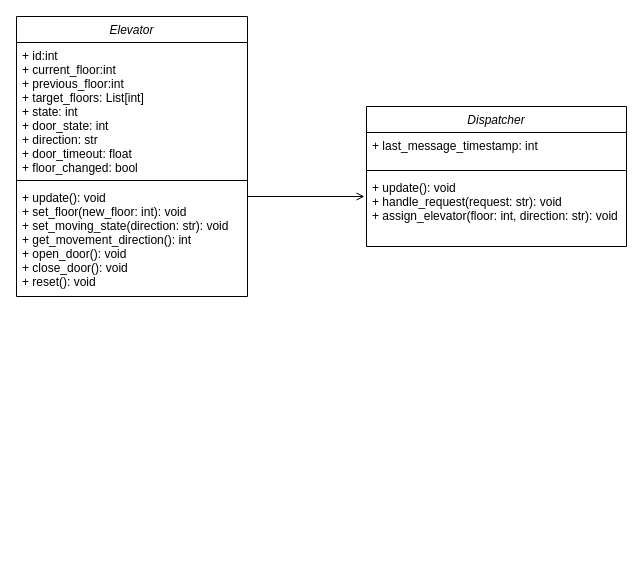
The draw.io diagram doc/requirement/imgs/class_plot/class.drawio in zivmax/cs132-elevator, before the edit. Source tidied: cells renumbered, new cells numbered last; positions are measured from the earlier drawing's top-left corner, leaving out a move shared by most shapes. Both pictures are drawn from the tidied source at 100%, with x=0, y=0 at pixel (16, 16).
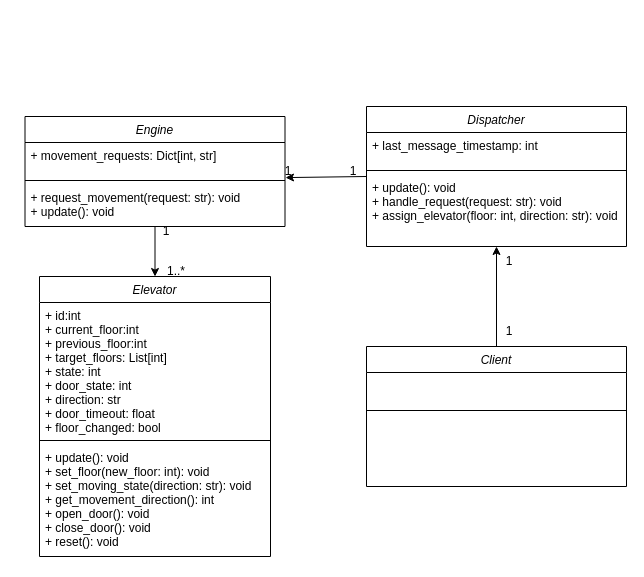
Above is the later version.

Commit message (it also covers changes not shown here):
docs: update requirements for UML diagrams

Unchanged cells that the change refers to:
```xml
<mxCell id="7" value="Dispatcher" style="swimlane;fontStyle=2;align=center;verticalAlign=top;horizontal=1;startSize=26;rounded=0;shadow=0;strokeWidth=1;" parent="1" vertex="1">
  <mxGeometry x="350" y="90" width="260" height="140" as="geometry" />
</mxCell>
```

What changed in the source:
```diff
@@
     <mxCell id="2" value="Elevator" style="swimlane;fontStyle=2;align=center;verticalAlign=top;horizontal=1;startSize=26;rounded=0;shadow=0;strokeWidth=1;" parent="1" vertex="1">
-      <mxGeometry width="231" height="280" as="geometry" />
+      <mxGeometry x="23" y="260" width="231" height="280" as="geometry" />
     </mxCell>
@@
-    <mxCell id="6" style="endArrow=open;shadow=0;strokeWidth=1;rounded=0;curved=0;endFill=1;edgeStyle=elbowEdgeStyle;elbow=vertical;" parent="1" edge="1" source="2">
-      <mxGeometry x="0.5" y="41" relative="1" as="geometry">
-        <mxPoint x="348" y="180" as="targetPoint" />
-        <mxPoint x="-40" y="32" as="offset" />
-      </mxGeometry>
-    </mxCell>
@@
+    <mxCell id="11" style="endArrow=classic;html=1;rounded=0;entryX=1.002;entryY=0.137;entryDx=0;entryDy=0;entryPerimeter=0;" parent="7" edge="1" target="15">
+      <mxGeometry relative="1" as="geometry">
+        <mxPoint y="70" as="sourcePoint" />
+      </mxGeometry>
+    </mxCell>
@@
+    <mxCell id="12" style="edgeStyle=orthogonalEdgeStyle;rounded=0;jettySize=auto;html=1;entryX=0.5;entryY=0;entryDx=0;entryDy=0;" parent="1" edge="1" source="13" target="2">
+      <mxGeometry relative="1" as="geometry" />
+    </mxCell>
+    <mxCell id="13" value="Engine" style="swimlane;fontStyle=2;align=center;verticalAlign=top;horizontal=1;startSize=26;rounded=0;shadow=0;strokeWidth=1;" parent="1" vertex="1">
+      <mxGeometry x="8.5" y="100" width="260" height="110" as="geometry" />
+    </mxCell>
+    <mxCell id="14" value="+ movement_requests: Dict[int, str]&#10;&#10;" style="text;align=left;verticalAlign=top;spacingLeft=4;spacingRight=4;overflow=hidden;" parent="13" vertex="1">
+      <mxGeometry y="26" width="260" height="34" as="geometry" />
+    </mxCell>
+    <mxCell id="15" style="line;html=1;strokeWidth=1;align=left;verticalAlign=middle;spacingTop=-1;spacingLeft=3;spacingRight=3;labelPosition=right;points=[];portConstraint=eastwest;" parent="13" vertex="1">
+      <mxGeometry y="60" width="260" height="8" as="geometry" />
+    </mxCell>
+    <mxCell id="16" value="+ request_movement(request: str): void&#10;+ update(): void&#10;" style="text;align=left;verticalAlign=top;spacingLeft=4;spacingRight=4;overflow=hidden;" parent="13" vertex="1">
+      <mxGeometry y="68" width="260" height="42" as="geometry" />
+    </mxCell>
+    <mxCell id="17" style="edgeStyle=orthogonalEdgeStyle;rounded=0;jettySize=auto;html=1;entryX=0.5;entryY=1;entryDx=0;entryDy=0;" parent="1" edge="1" source="18" target="7">
+      <mxGeometry relative="1" as="geometry" />
+    </mxCell>
+    <mxCell id="18" value="Client" style="swimlane;fontStyle=2;align=center;verticalAlign=top;horizontal=1;startSize=26;rounded=0;shadow=0;strokeWidth=1;" parent="1" vertex="1">
+      <mxGeometry x="350" y="330" width="260" height="140" as="geometry" />
+    </mxCell>
+    <mxCell id="19" value="&#10;" style="text;align=left;verticalAlign=top;spacingLeft=4;spacingRight=4;overflow=hidden;" parent="18" vertex="1">
+      <mxGeometry y="26" width="260" height="34" as="geometry" />
+    </mxCell>
+    <mxCell id="20" style="line;html=1;strokeWidth=1;align=left;verticalAlign=middle;spacingTop=-1;spacingLeft=3;spacingRight=3;labelPosition=right;" parent="18" vertex="1">
+      <mxGeometry y="60" width="260" height="8" as="geometry" />
+    </mxCell>
+    <mxCell id="21" value="1" style="text;html=1;align=center;verticalAlign=middle;whiteSpace=wrap;rounded=0;" parent="1" vertex="1">
+      <mxGeometry x="254" y="140" width="36" height="30" as="geometry" />
+    </mxCell>
+    <mxCell id="22" value="1" style="text;html=1;align=center;verticalAlign=middle;whiteSpace=wrap;rounded=0;" parent="1" vertex="1">
+      <mxGeometry x="120" y="200" width="60" height="30" as="geometry" />
+    </mxCell>
+    <mxCell id="23" value="1..*" style="text;html=1;align=center;verticalAlign=middle;whiteSpace=wrap;rounded=0;" parent="1" vertex="1">
+      <mxGeometry x="130" y="240" width="60" height="30" as="geometry" />
+    </mxCell>
+    <mxCell id="24" value="1" style="text;html=1;align=center;verticalAlign=middle;whiteSpace=wrap;rounded=0;" parent="1" vertex="1">
+      <mxGeometry x="324" y="140" width="26" height="30" as="geometry" />
+    </mxCell>
+    <mxCell id="25" value="1" style="text;html=1;align=center;verticalAlign=middle;whiteSpace=wrap;rounded=0;" parent="1" vertex="1">
+      <mxGeometry x="480" y="230" width="26" height="30" as="geometry" />
+    </mxCell>
+    <mxCell id="26" value="1" style="text;html=1;align=center;verticalAlign=middle;whiteSpace=wrap;rounded=0;" parent="1" vertex="1">
+      <mxGeometry x="480" y="300" width="26" height="30" as="geometry" />
+    </mxCell>
```
